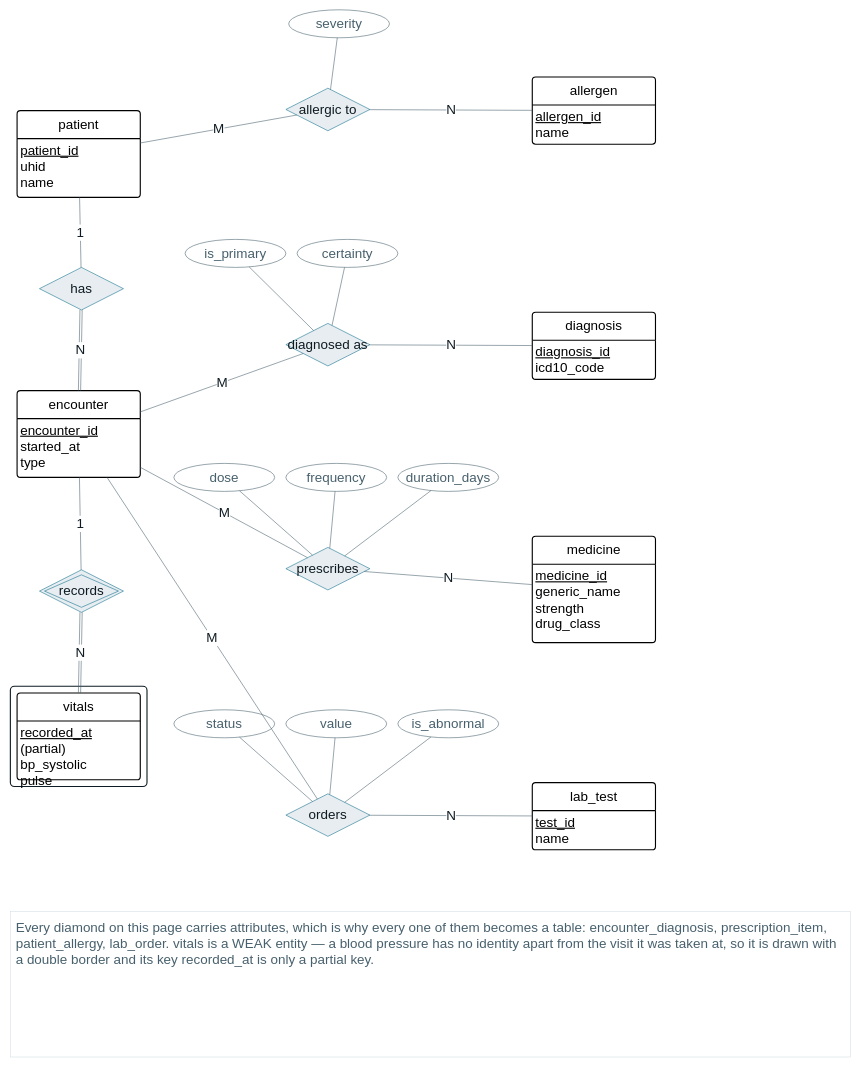
The draw.io diagram page "2 · Clinical" (2 of 6) of docs/er-diagrams/uhid-er-chen-boxed.drawio in NoboIshraque/hospital-management-system, before the edit. Source tidied: cells renumbered, new cells numbered last; positions are measured from the earlier drawing's top-left corner, leaving out a move shared by most shapes. Both pictures are drawn from the tidied source at 56%, with x=0, y=0 at pixel (10, 10).
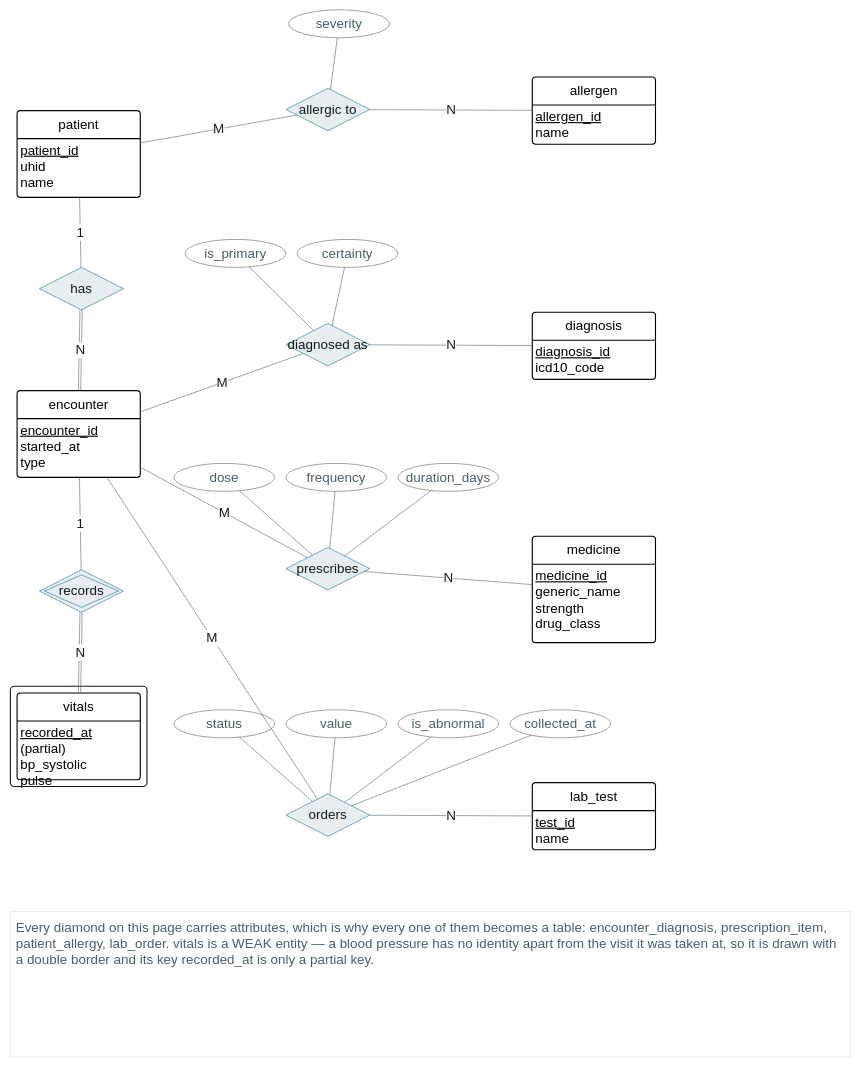
Above is the later version.

The change refers to these unchanged cells:
```xml
<mxCell id="23" value="orders" style="rhombus;whiteSpace=wrap;html=1;fillColor=#E7EDF0;strokeColor=#0E6E8C;fontColor=#0E1B22;fontSize=24;" parent="1" vertex="1">
  <mxGeometry x="492" y="1400" width="150" height="76" as="geometry" />
</mxCell>
```

The edit, as a diff of the source:
```diff
@@
+    <mxCell id="55" value="collected_at" style="ellipse;whiteSpace=wrap;html=1;fillColor=#FFFFFF;strokeColor=#47606D;fontColor=#47606D;fontSize=24;" parent="1" vertex="1">
+      <mxGeometry x="892" y="1250" width="180" height="50" as="geometry" />
+    </mxCell>
+    <mxCell id="56" style="edgeStyle=none;html=1;endArrow=none;startArrow=none;strokeColor=#47606D;" parent="1" edge="1" source="55" target="23">
+      <mxGeometry relative="1" as="geometry" />
+    </mxCell>
```
